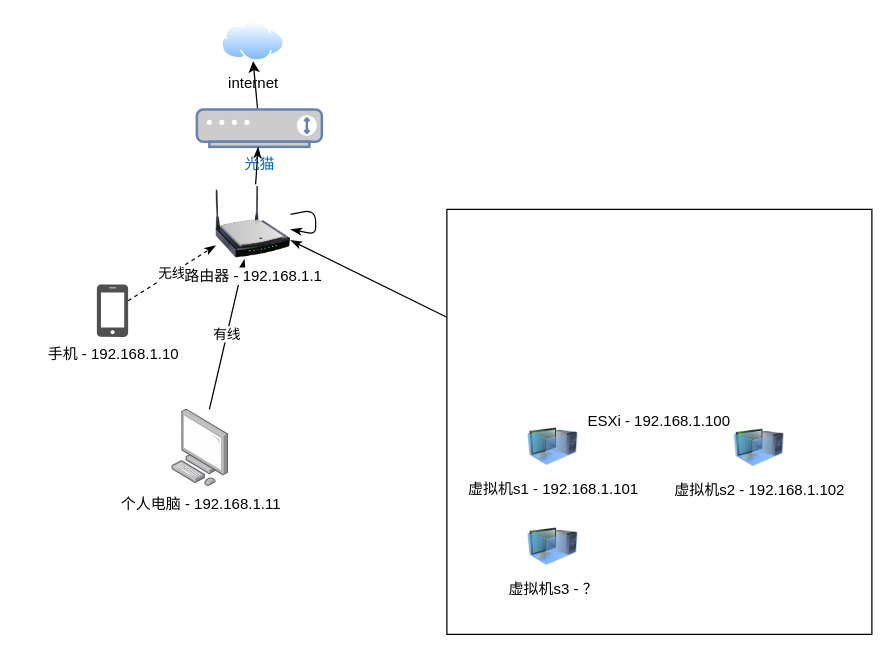
Before: Untitled Diagram.drawio in paranoid945/draw.io, a draw.io diagram. Source tidied: cells renumbered, new cells numbered last; positions are measured from the earlier drawing's top-left corner, leaving out a move shared by most shapes. Both pictures are drawn from the tidied source at 125%, with x=0, y=0 at pixel (96, 21).
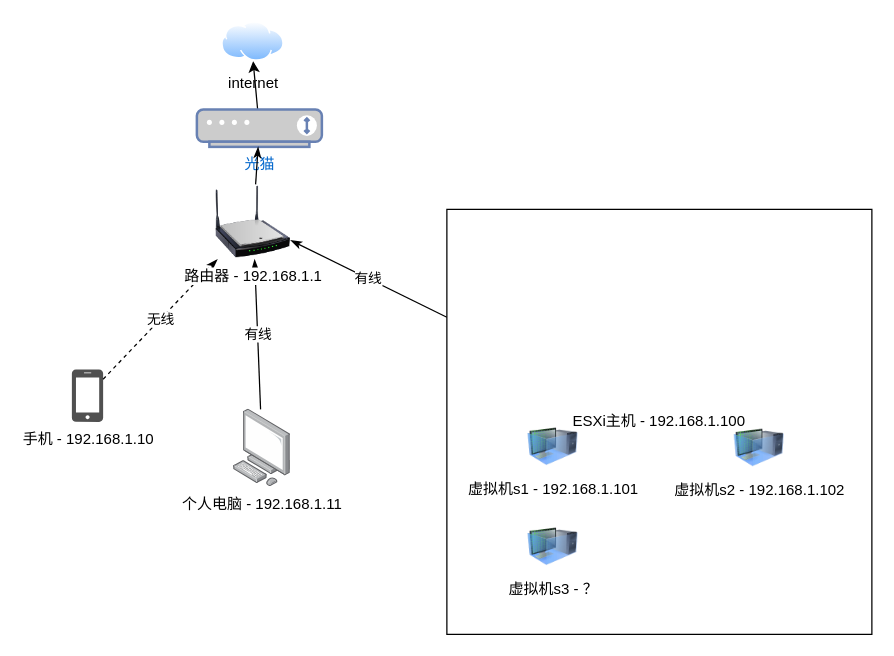
The same diagram, later.

Change to the diagram source:
```diff
@@
 <mxGraphModel>
   <root>
     <mxCell id="0" />
     <mxCell id="1" parent="0" />
     <mxCell id="2" value="internet" style="perimeter=ellipsePerimeter;html=1;align=center;shadow=0;dashed=0;spacingTop=3;image;image=img/lib/active_directory/internet_cloud.svg;" parent="1" vertex="1">
       <mxGeometry x="100" width="50" height="31.5" as="geometry" />
     </mxCell>
     <mxCell id="3" style="rounded=0;jettySize=auto;html=1;entryX=0.5;entryY=1;entryDx=0;entryDy=0;" parent="1" edge="1" source="8" target="2">
       <mxGeometry relative="1" as="geometry" />
     </mxCell>
     <mxCell id="4" value="手机 - 192.168.1.10" style="shadow=0;dashed=0;html=1;strokeColor=none;fillColor=#505050;labelPosition=center;verticalLabelPosition=bottom;verticalAlign=top;outlineConnect=0;align=center;shape=mxgraph.office.devices.cell_phone_iphone_standalone;" parent="1" vertex="1">
-      <mxGeometry y="210" width="25" height="42" as="geometry" />
+      <mxGeometry x="-20" y="278" width="25" height="42" as="geometry" />
     </mxCell>
     <mxCell id="5" value="&lt;div&gt;无线&lt;/div&gt;" style="endArrow=classicThin;dashed=1;html=1;startArrow=none;startFill=0;rounded=1;endFill=1;strokeWidth=1;" parent="1" edge="1" source="4" target="10">
       <mxGeometry relative="1" as="geometry" />
     </mxCell>
     <mxCell id="6" value="有线" style="edgeStyle=none;rounded=1;jettySize=auto;html=1;startArrow=none;startFill=0;endArrow=classicThin;endFill=1;strokeWidth=1;" parent="1" edge="1" source="7" target="10">
       <mxGeometry relative="1" as="geometry" />
     </mxCell>
     <mxCell id="7" value="个人电脑 - 192.168.1.11" style="points=[];html=1;align=center;shadow=0;dashed=0;image;image=img/lib/allied_telesis/computer_and_terminals/Personal_Computer.svg;" parent="1" vertex="1">
-      <mxGeometry x="60" y="310" width="45.6" height="61.8" as="geometry" />
+      <mxGeometry x="109.4" y="310" width="45.6" height="61.8" as="geometry" />
     </mxCell>
     <mxCell id="8" value="光猫" style="fontColor=#0066CC;verticalAlign=top;verticalLabelPosition=bottom;labelPosition=center;align=center;html=1;outlineConnect=0;fillColor=#CCCCCC;strokeColor=#6881B3;gradientColor=none;gradientDirection=north;strokeWidth=2;shape=mxgraph.networks.modem;" parent="1" vertex="1">
       <mxGeometry x="80" y="70" width="100" height="30" as="geometry" />
     </mxCell>
     <mxCell id="9" style="edgeStyle=none;rounded=1;jettySize=auto;html=1;startArrow=none;startFill=0;endArrow=classicThin;endFill=1;strokeWidth=1;" parent="1" edge="1" source="10" target="8">
       <mxGeometry relative="1" as="geometry" />
     </mxCell>
     <mxCell id="10" value="路由器 - 192.168.1.1" style="image;html=1;image=img/lib/clip_art/networking/Wireless_Router_N_128x128.png;" parent="1" vertex="1">
       <mxGeometry x="95" y="130" width="60" height="60" as="geometry" />
     </mxCell>
-    <mxCell id="11" style="edgeStyle=none;rounded=1;orthogonalLoop=1;jettySize=auto;html=1;startArrow=none;startFill=0;endArrow=classicThin;endFill=1;strokeWidth=1;" parent="1" edge="1" source="10" target="10">
-      <mxGeometry relative="1" as="geometry" />
-    </mxCell>
-    <mxCell id="12" style="edgeStyle=none;rounded=1;jettySize=auto;html=1;startArrow=none;startFill=0;endArrow=classicThin;endFill=1;strokeWidth=1;" parent="1" edge="1" source="13" target="10">
+    <mxCell id="12" value="有线" style="edgeStyle=none;rounded=1;jettySize=auto;html=1;startArrow=none;startFill=0;endArrow=classicThin;endFill=1;strokeWidth=1;" parent="1" edge="1" source="13" target="10">
       <mxGeometry relative="1" as="geometry" />
     </mxCell>
-    <mxCell id="13" value="ESXi - 192.168.1.100" style="whiteSpace=wrap;html=1;" parent="1" vertex="1">
+    <mxCell id="13" value="ESXi主机 - 192.168.1.100" style="whiteSpace=wrap;html=1;" parent="1" vertex="1">
       <mxGeometry x="280" y="150" width="340" height="340" as="geometry" />
     </mxCell>
     <mxCell id="14" value="虚拟机s1 - 192.168.1.101" style="image;html=1;image=img/lib/clip_art/computers/Virtual_Machine_128x128.png;" parent="1" vertex="1">
       <mxGeometry x="345" y="320" width="40" height="40" as="geometry" />
     </mxCell>
     <mxCell id="15" value="虚拟机s2 - 192.168.1.102" style="image;html=1;image=img/lib/clip_art/computers/Virtual_Machine_128x128.png;" parent="1" vertex="1">
       <mxGeometry x="510" y="320.9" width="40" height="40" as="geometry" />
     </mxCell>
     <mxCell id="16" value="虚拟机s3 - ？" style="image;html=1;image=img/lib/clip_art/computers/Virtual_Machine_128x128.png;" parent="1" vertex="1">
       <mxGeometry x="345" y="400" width="40" height="40" as="geometry" />
     </mxCell>
   </root>
 </mxGraphModel>
```
